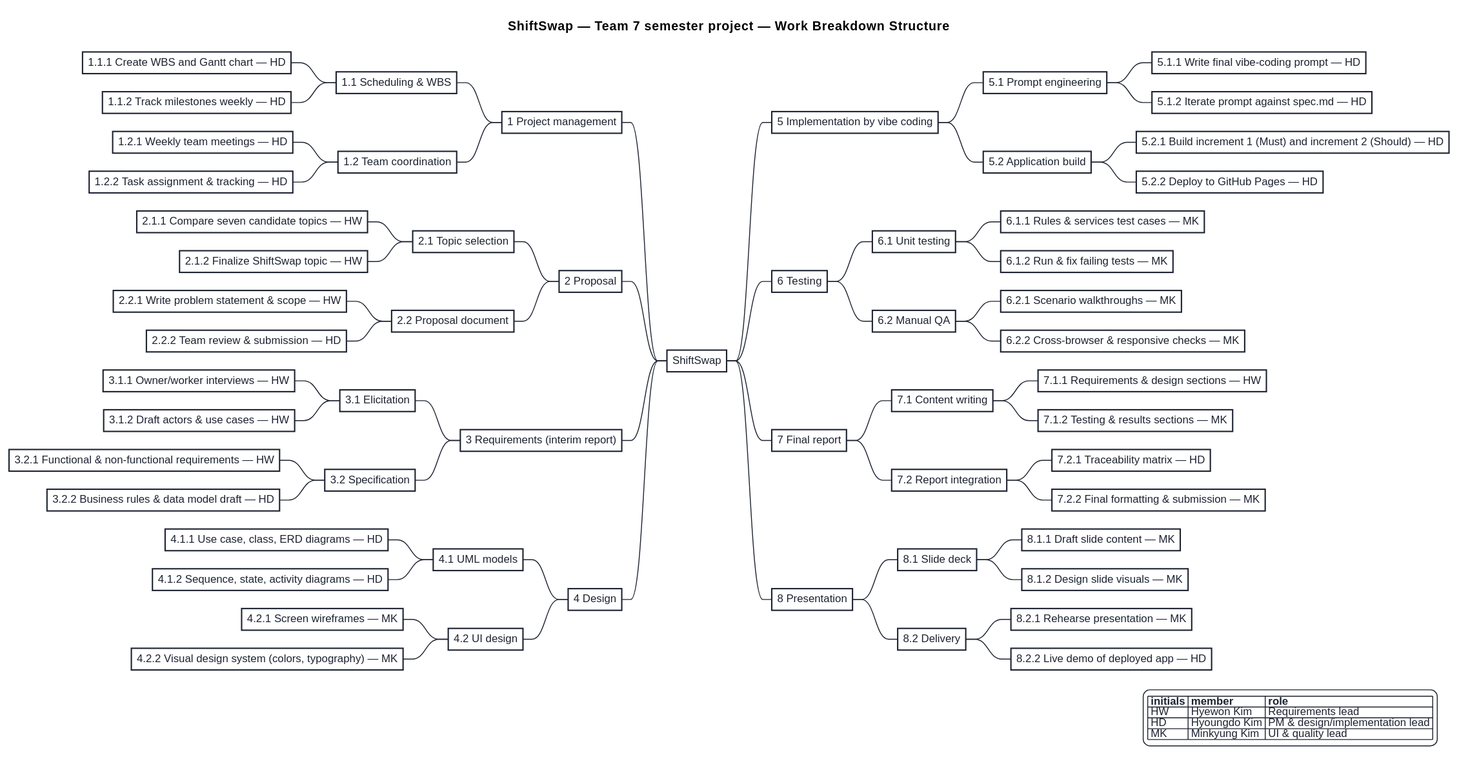
Before: uml/wbs.svg, a diagram exported from PlantUML (keemlogan/shiftswap).
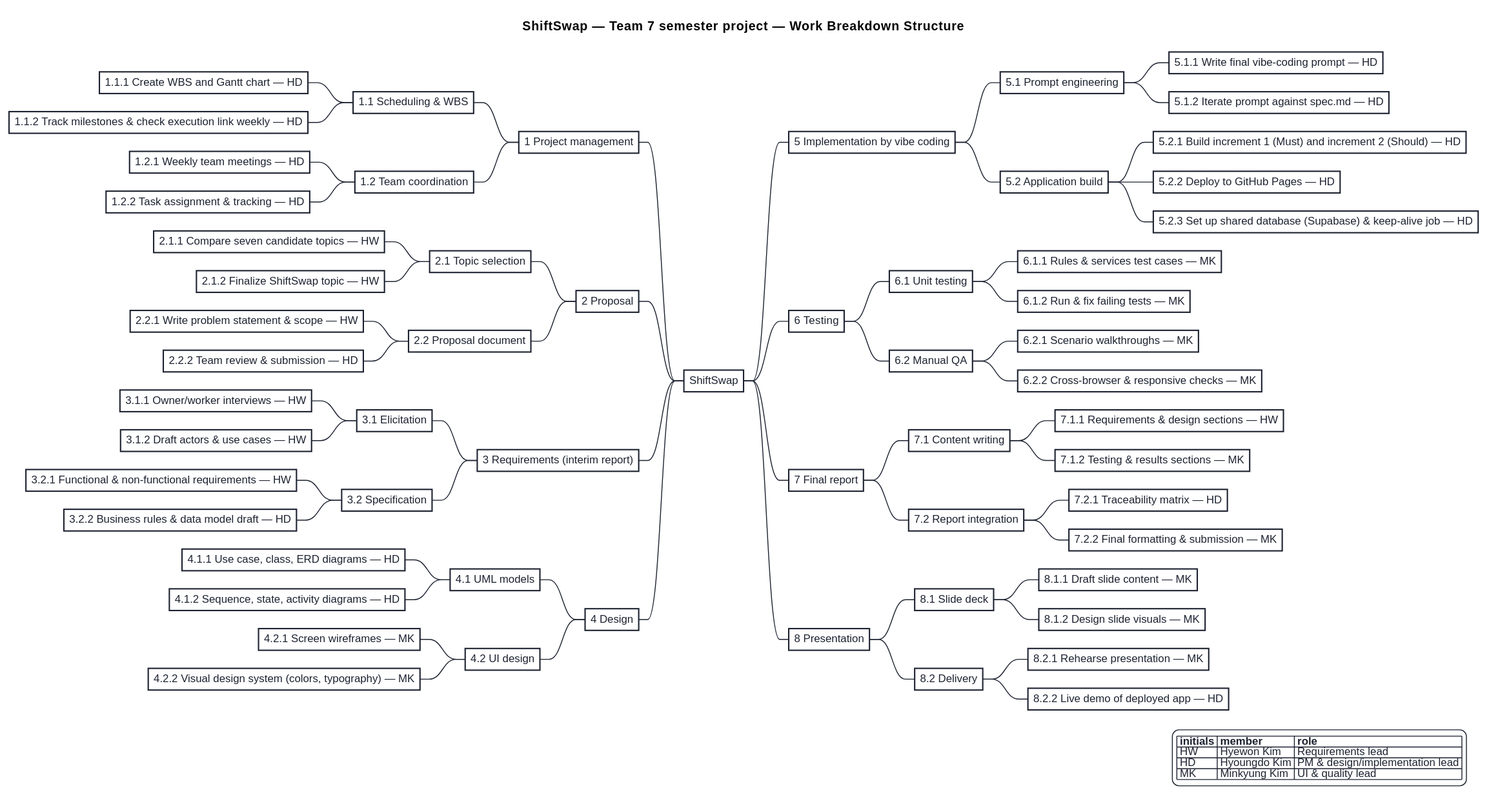
After the commit.

Commit message:
Proposal: apply teammate review (related work, part-time overtime, shared database, format)

Diff of the diagram source:
```diff
@@ -24,7 +24,7 @@
 ** 1 Project management
 *** 1.1 Scheduling & WBS
 **** 1.1.1 Create WBS and Gantt chart — HD
-**** 1.1.2 Track milestones weekly — HD
+**** 1.1.2 Track milestones & check execution link weekly — HD
 *** 1.2 Team coordination
 **** 1.2.1 Weekly team meetings — HD
 **** 1.2.2 Task assignment & tracking — HD
@@ -62,6 +62,7 @@
 *** 5.2 Application build
 **** 5.2.1 Build increment 1 (Must) and increment 2 (Should) — HD
 **** 5.2.2 Deploy to GitHub Pages — HD
+**** 5.2.3 Set up shared database (Supabase) & keep-alive job — HD
 
 ** 6 Testing
 *** 6.1 Unit testing
```
